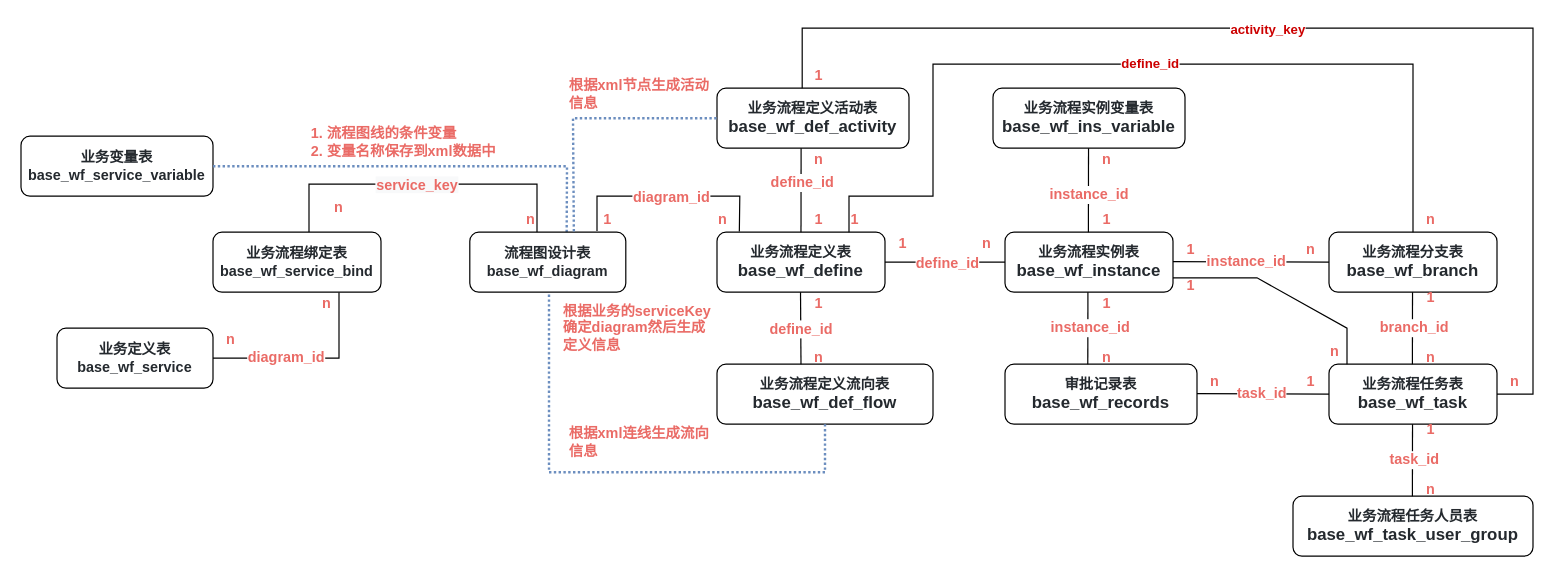
Earlier version of the draw.io diagram page "ER图" (5 of 5) of 工作流.drawio (wenbojob/drawio). Source tidied: cells renumbered, new cells numbered last; positions are measured from the earlier drawing's top-left corner, leaving out a move shared by most shapes. Both pictures are drawn from the tidied source at 120%, with x=0, y=0 at pixel (20, 28).
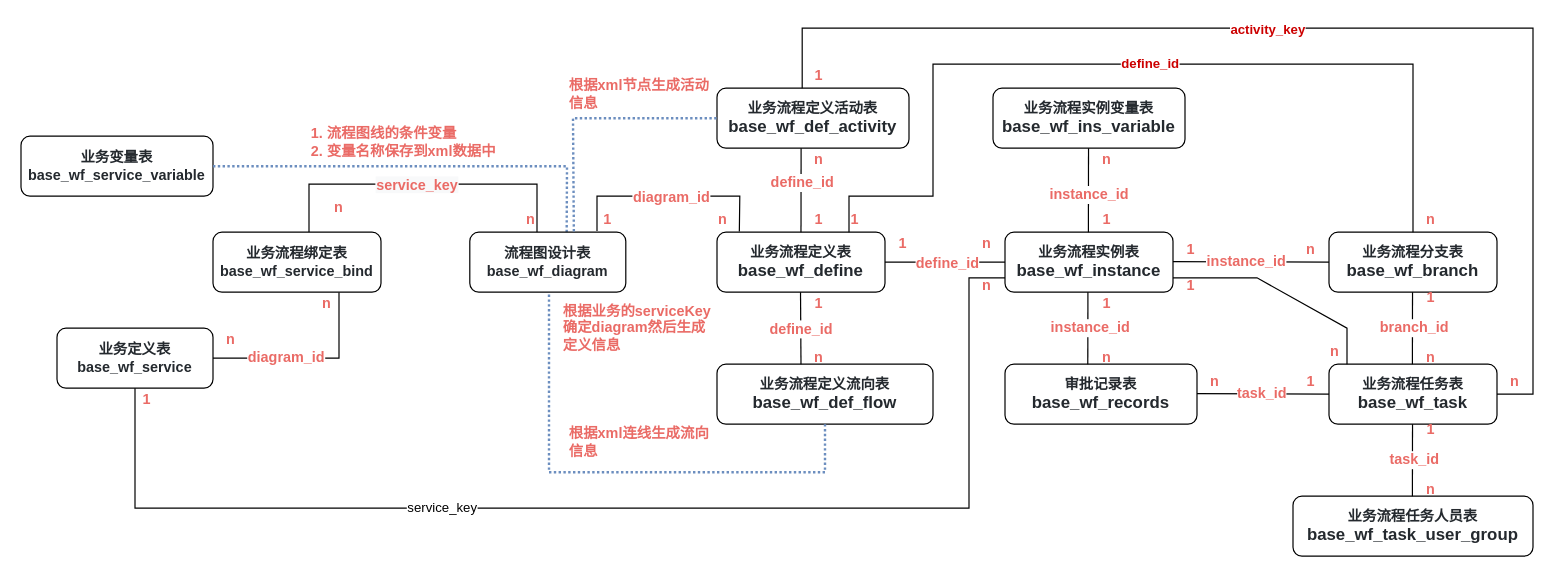
The same diagram, later.

The change refers to these unchanged cells:
```xml
<mxCell id="2" value="&lt;font style=&quot;font-size: 12px&quot;&gt;&lt;span style=&quot;color: rgb(36 , 41 , 46)&quot;&gt;业务定义表&lt;br&gt;&lt;/span&gt;&lt;span style=&quot;color: rgb(36 , 41 , 46)&quot;&gt;base_wf_service&lt;/span&gt;&lt;/font&gt;&lt;span style=&quot;color: rgb(36 , 41 , 46) ; font-size: 12px&quot;&gt;&lt;br style=&quot;font-size: 12px&quot;&gt;&lt;/span&gt;" style="rounded=1;whiteSpace=wrap;html=1;labelBackgroundColor=none;fontStyle=1;fontSize=12;" parent="1" vertex="1">
  <mxGeometry x="30" y="250" width="130" height="50" as="geometry" />
</mxCell>
```

What changed in the source:
```diff
@@
+    <mxCell id="81" style="endArrow=none;html=1;rounded=0;entryX=0.5;entryY=1;entryDx=0;entryDy=0;" parent="1" edge="1" target="2">
+      <mxGeometry relative="1" as="geometry">
+        <mxPoint x="820" y="208" as="sourcePoint" />
+        <Array as="points">
+          <mxPoint x="790" y="208" />
+          <mxPoint x="790" y="400" />
+          <mxPoint x="95" y="400" />
+        </Array>
+      </mxGeometry>
+    </mxCell>
+    <mxCell id="82" value="service_key" style="edgeLabel;html=1;align=center;verticalAlign=middle;" parent="81" vertex="1">
+      <mxGeometry x="0.3" y="-1" relative="1" as="geometry" />
+    </mxCell>
+    <mxCell id="83" value="&lt;b&gt;n&lt;/b&gt;" style="text;html=1;strokeColor=none;fillColor=none;align=center;verticalAlign=middle;whiteSpace=wrap;rounded=0;labelBackgroundColor=none;fontSize=12;fontColor=#EA6B66;" parent="1" vertex="1">
+      <mxGeometry x="790" y="205" width="30" height="20" as="geometry" />
+    </mxCell>
+    <mxCell id="84" value="&lt;b&gt;1&lt;/b&gt;" style="text;html=1;strokeColor=none;fillColor=none;align=center;verticalAlign=middle;whiteSpace=wrap;rounded=0;labelBackgroundColor=none;fontSize=12;fontColor=#EA6B66;" parent="1" vertex="1">
+      <mxGeometry x="90" y="305" width="30" height="10" as="geometry" />
+    </mxCell>
```
